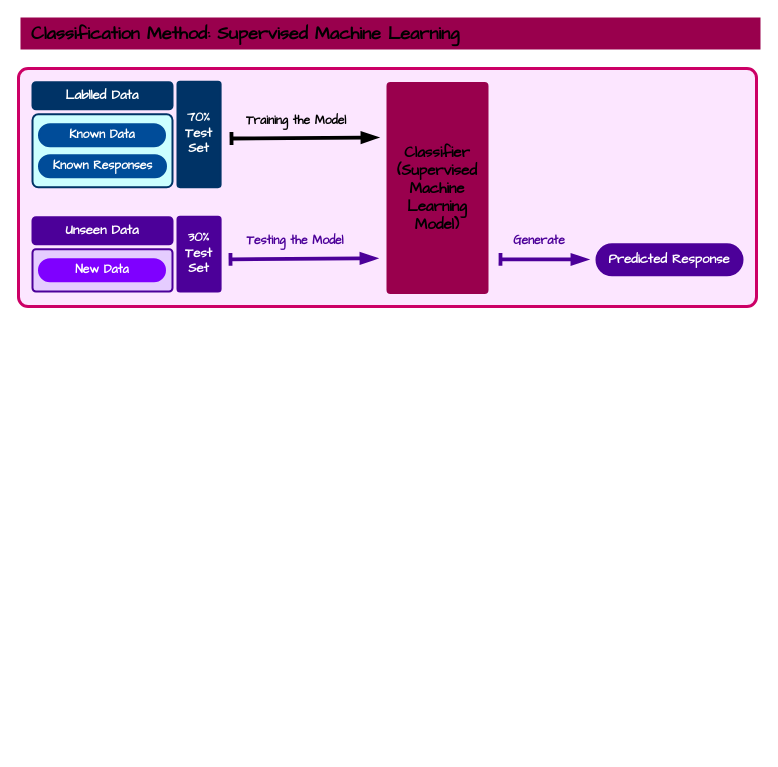
Above: Computer Science/Natural Language Processing/Documentation/Drawings/Module 2 Language Modelling.drawio in ByteToBits/CompScience (draw.io), before the change. Source tidied: cells renumbered, new cells numbered last; positions are measured from the earlier drawing's top-left corner, leaving out a move shared by most shapes. Both pictures are drawn from the tidied source at 100%, with x=0, y=0 at pixel (18, 18).
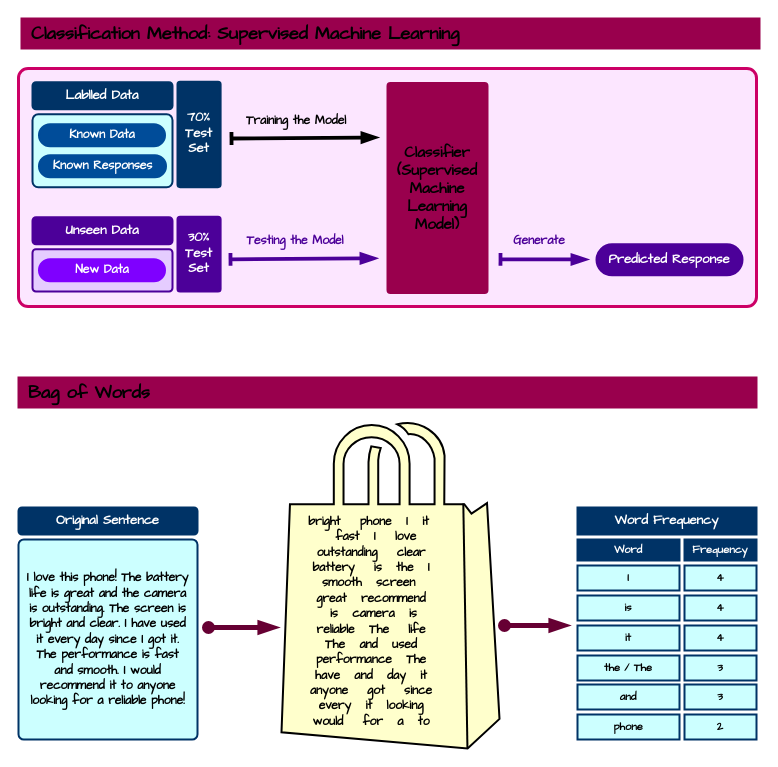
The same page after the edit.

Commit message (it also covers changes not shown here):
Added Diagram for Bag of Words

The edit, as a diff of the source:
```diff
@@
+    <mxCell id="21" value="&lt;font style=&quot;font-size: 18px;&quot; face=&quot;Comic Sans MS&quot;&gt;Bag of Words&lt;/font&gt;" style="rounded=1;whiteSpace=wrap;html=1;arcSize=0;strokeWidth=2;align=left;spacing=10;strokeColor=#99004D;fillColor=#99004D;fontStyle=1;" parent="1" vertex="1">
+      <mxGeometry y="359" width="738" height="30" as="geometry" />
+    </mxCell>
+    <mxCell id="22" style="group;" parent="1" vertex="1">
+      <mxGeometry x="263" y="403" width="218" height="327" as="geometry" />
+    </mxCell>
+    <mxCell id="23" style="verticalLabelPosition=bottom;html=1;verticalAlign=top;align=center;strokeColor=#000000;fillColor=#FFFFCC;shape=mxgraph.azure.azure_marketplace;strokeWidth=2;" parent="22" vertex="1">
+      <mxGeometry width="218" height="327" as="geometry" />
+    </mxCell>
+    <mxCell id="24" value="&lt;b&gt;&lt;font face=&quot;Comic Sans MS&quot;&gt;bright&amp;nbsp; &amp;nbsp; phone&amp;nbsp; &amp;nbsp;I&amp;nbsp; &amp;nbsp;it&amp;nbsp; &amp;nbsp; fast&amp;nbsp; &amp;nbsp;I&amp;nbsp; &amp;nbsp; love outstanding&amp;nbsp; &amp;nbsp; clear battery&amp;nbsp; &amp;nbsp; is&amp;nbsp; &amp;nbsp;the&amp;nbsp; &amp;nbsp;I smooth&amp;nbsp; &amp;nbsp;screen&amp;nbsp; &amp;nbsp;great&amp;nbsp; &amp;nbsp;recommend&amp;nbsp; &amp;nbsp;is&amp;nbsp; &amp;nbsp;camera&amp;nbsp; &amp;nbsp;is reliable&amp;nbsp; &amp;nbsp;The&amp;nbsp; &amp;nbsp; life The&amp;nbsp; &amp;nbsp;and&amp;nbsp; &amp;nbsp;used performance&amp;nbsp; &amp;nbsp;The have&amp;nbsp; &amp;nbsp;and&amp;nbsp; &amp;nbsp;day&amp;nbsp; &amp;nbsp;it anyone&amp;nbsp; &amp;nbsp; got&amp;nbsp; &amp;nbsp; since every&amp;nbsp; &amp;nbsp;it&amp;nbsp; &amp;nbsp;looking would&amp;nbsp; &amp;nbsp; for&amp;nbsp; &amp;nbsp;a&amp;nbsp; &amp;nbsp;to&lt;/font&gt;&lt;br&gt;&lt;/b&gt;" style="rounded=1;whiteSpace=wrap;html=1;arcSize=50;strokeWidth=2;align=center;spacing=5;strokeColor=none;fillColor=none;fontColor=#000000;spacingBottom=1;spacingLeft=0;" parent="22" vertex="1">
+      <mxGeometry x="20.9" y="91" width="138" height="219" as="geometry" />
+    </mxCell>
+    <mxCell id="25" style="endArrow=none;html=1;rounded=0;exitX=0.853;exitY=0.999;exitDx=0;exitDy=0;exitPerimeter=0;strokeColor=#000000;strokeWidth=2;" parent="22" edge="1" source="23">
+      <mxGeometry relative="1" as="geometry">
+        <mxPoint x="181.8" y="82" as="targetPoint" />
+      </mxGeometry>
+    </mxCell>
+    <mxCell id="26" style="endArrow=blockThin;html=1;rounded=0;strokeColor=#660033;startArrow=oval;startFill=1;endFill=1;endSize=8;startSize=8;strokeWidth=5;fontColor=#4C0099;" parent="22" edge="1">
+      <mxGeometry relative="1" as="geometry">
+        <mxPoint x="-73" y="206" as="sourcePoint" />
+        <mxPoint x="-3" y="206" as="targetPoint" />
+      </mxGeometry>
+    </mxCell>
+    <mxCell id="27" value="&lt;font color=&quot;#000000&quot; face=&quot;Comic Sans MS&quot;&gt;&lt;b&gt;I love this phone! The battery life is great and the camera is outstanding. The screen is bright and clear. I have used it every day since I got it. The performance is fast and smooth. I would recommend it to anyone looking for a reliable phone!&lt;/b&gt;&lt;/font&gt;" style="rounded=1;whiteSpace=wrap;html=1;arcSize=3;strokeWidth=2;align=center;spacing=8;strokeColor=#003366;fillColor=#CCFFFF;fontColor=#FFFFFF;spacingBottom=1;spacingLeft=0;" parent="1" vertex="1">
+      <mxGeometry y="521" width="179" height="200" as="geometry" />
+    </mxCell>
+    <mxCell id="28" value="&lt;font face=&quot;Comic Sans MS&quot;&gt;&lt;span style=&quot;font-size: 13px;&quot;&gt;&lt;b&gt;Original Sentence&lt;/b&gt;&lt;/span&gt;&lt;/font&gt;" style="rounded=1;whiteSpace=wrap;html=1;arcSize=13;strokeWidth=2;align=center;spacing=5;strokeColor=#003366;fillColor=#003366;fontColor=#FFFFFF;spacingBottom=1;spacingLeft=0;" parent="1" vertex="1">
+      <mxGeometry y="489" width="179" height="27" as="geometry" />
+    </mxCell>
+    <mxCell id="29" value="&lt;b style=&quot;font-family: &amp;quot;Comic Sans MS&amp;quot;; font-size: 11px;&quot;&gt;I&lt;/b&gt;" style="rounded=1;whiteSpace=wrap;html=1;arcSize=0;strokeWidth=2;align=center;spacing=8;strokeColor=#003366;fillColor=#CCFFFF;fontColor=#000000;spacingBottom=1;spacingLeft=0;" parent="1" vertex="1">
+      <mxGeometry x="559" y="547" width="102" height="25" as="geometry" />
+    </mxCell>
+    <mxCell id="30" value="&lt;font face=&quot;Comic Sans MS&quot;&gt;&lt;span style=&quot;font-size: 13px;&quot;&gt;&lt;b&gt;Word Frequency&lt;/b&gt;&lt;/span&gt;&lt;/font&gt;" style="rounded=1;whiteSpace=wrap;html=1;arcSize=0;strokeWidth=2;align=center;spacing=5;strokeColor=#003366;fillColor=#003366;fontColor=#FFFFFF;spacingBottom=1;spacingLeft=0;" parent="1" vertex="1">
+      <mxGeometry x="559" y="489" width="179" height="27" as="geometry" />
+    </mxCell>
+    <mxCell id="31" value="&lt;font face=&quot;Comic Sans MS&quot;&gt;&lt;span&gt;&lt;b&gt;Word&lt;/b&gt;&lt;/span&gt;&lt;/font&gt;" style="rounded=1;whiteSpace=wrap;html=1;arcSize=0;strokeWidth=2;align=center;spacing=5;strokeColor=#003366;fillColor=#003366;fontColor=#FFFFFF;spacingBottom=1;spacingLeft=0;fontSize=11;" parent="1" vertex="1">
+      <mxGeometry x="559" y="521" width="102" height="21" as="geometry" />
+    </mxCell>
+    <mxCell id="32" value="&lt;font face=&quot;Comic Sans MS&quot;&gt;&lt;span&gt;&lt;b&gt;Frequency&lt;/b&gt;&lt;/span&gt;&lt;/font&gt;" style="rounded=1;whiteSpace=wrap;html=1;arcSize=0;strokeWidth=2;align=center;spacing=5;strokeColor=#003366;fillColor=#003366;fontColor=#FFFFFF;spacingBottom=1;spacingLeft=0;fontSize=11;" parent="1" vertex="1">
+      <mxGeometry x="666" y="521" width="72" height="21" as="geometry" />
+    </mxCell>
+    <mxCell id="33" value="&lt;b style=&quot;font-family: &amp;quot;Comic Sans MS&amp;quot;; font-size: 11px;&quot;&gt;4&lt;/b&gt;" style="rounded=1;whiteSpace=wrap;html=1;arcSize=0;strokeWidth=2;align=center;spacing=8;strokeColor=#003366;fillColor=#CCFFFF;fontColor=#000000;spacingBottom=1;spacingLeft=0;" parent="1" vertex="1">
+      <mxGeometry x="666" y="547" width="72" height="25" as="geometry" />
+    </mxCell>
+    <mxCell id="34" value="&lt;b style=&quot;font-family: &amp;quot;Comic Sans MS&amp;quot;; font-size: 11px;&quot;&gt;is&lt;/b&gt;" style="rounded=1;whiteSpace=wrap;html=1;arcSize=0;strokeWidth=2;align=center;spacing=8;strokeColor=#003366;fillColor=#CCFFFF;fontColor=#000000;spacingBottom=1;spacingLeft=0;" parent="1" vertex="1">
+      <mxGeometry x="559" y="577" width="102" height="25" as="geometry" />
+    </mxCell>
+    <mxCell id="35" value="&lt;b style=&quot;font-family: &amp;quot;Comic Sans MS&amp;quot;; font-size: 11px;&quot;&gt;4&lt;/b&gt;" style="rounded=1;whiteSpace=wrap;html=1;arcSize=0;strokeWidth=2;align=center;spacing=8;strokeColor=#003366;fillColor=#CCFFFF;fontColor=#000000;spacingBottom=1;spacingLeft=0;" parent="1" vertex="1">
+      <mxGeometry x="666" y="577" width="72" height="25" as="geometry" />
+    </mxCell>
+    <mxCell id="36" value="&lt;b style=&quot;font-family: &amp;quot;Comic Sans MS&amp;quot;; font-size: 11px;&quot;&gt;it&lt;/b&gt;" style="rounded=1;whiteSpace=wrap;html=1;arcSize=0;strokeWidth=2;align=center;spacing=8;strokeColor=#003366;fillColor=#CCFFFF;fontColor=#000000;spacingBottom=1;spacingLeft=0;" parent="1" vertex="1">
+      <mxGeometry x="559" y="607" width="102" height="25" as="geometry" />
+    </mxCell>
+    <mxCell id="37" value="&lt;b style=&quot;font-family: &amp;quot;Comic Sans MS&amp;quot;; font-size: 11px;&quot;&gt;4&lt;/b&gt;" style="rounded=1;whiteSpace=wrap;html=1;arcSize=0;strokeWidth=2;align=center;spacing=8;strokeColor=#003366;fillColor=#CCFFFF;fontColor=#000000;spacingBottom=1;spacingLeft=0;" parent="1" vertex="1">
+      <mxGeometry x="666" y="607" width="72" height="25" as="geometry" />
+    </mxCell>
+    <mxCell id="38" value="&lt;b style=&quot;font-family: &amp;quot;Comic Sans MS&amp;quot;; font-size: 11px;&quot;&gt;the / The&lt;/b&gt;" style="rounded=1;whiteSpace=wrap;html=1;arcSize=0;strokeWidth=2;align=center;spacing=8;strokeColor=#003366;fillColor=#CCFFFF;fontColor=#000000;spacingBottom=1;spacingLeft=0;" parent="1" vertex="1">
+      <mxGeometry x="559" y="637" width="102" height="25" as="geometry" />
+    </mxCell>
+    <mxCell id="39" value="&lt;b style=&quot;font-family: &amp;quot;Comic Sans MS&amp;quot;; font-size: 11px;&quot;&gt;3&lt;/b&gt;" style="rounded=1;whiteSpace=wrap;html=1;arcSize=0;strokeWidth=2;align=center;spacing=8;strokeColor=#003366;fillColor=#CCFFFF;fontColor=#000000;spacingBottom=1;spacingLeft=0;" parent="1" vertex="1">
+      <mxGeometry x="666" y="637" width="72" height="25" as="geometry" />
+    </mxCell>
+    <mxCell id="40" value="&lt;b style=&quot;font-family: &amp;quot;Comic Sans MS&amp;quot;; font-size: 11px;&quot;&gt;and&lt;/b&gt;" style="rounded=1;whiteSpace=wrap;html=1;arcSize=0;strokeWidth=2;align=center;spacing=8;strokeColor=#003366;fillColor=#CCFFFF;fontColor=#000000;spacingBottom=1;spacingLeft=0;" parent="1" vertex="1">
+      <mxGeometry x="559" y="666" width="102" height="25" as="geometry" />
+    </mxCell>
+    <mxCell id="41" value="&lt;b style=&quot;font-family: &amp;quot;Comic Sans MS&amp;quot;; font-size: 11px;&quot;&gt;3&lt;/b&gt;" style="rounded=1;whiteSpace=wrap;html=1;arcSize=0;strokeWidth=2;align=center;spacing=8;strokeColor=#003366;fillColor=#CCFFFF;fontColor=#000000;spacingBottom=1;spacingLeft=0;" parent="1" vertex="1">
+      <mxGeometry x="666" y="666" width="72" height="25" as="geometry" />
+    </mxCell>
+    <mxCell id="42" value="&lt;b style=&quot;font-family: &amp;quot;Comic Sans MS&amp;quot;; font-size: 11px;&quot;&gt;phone&lt;/b&gt;" style="rounded=1;whiteSpace=wrap;html=1;arcSize=0;strokeWidth=2;align=center;spacing=8;strokeColor=#003366;fillColor=#CCFFFF;fontColor=#000000;spacingBottom=1;spacingLeft=0;" parent="1" vertex="1">
+      <mxGeometry x="559" y="696" width="102" height="25" as="geometry" />
+    </mxCell>
+    <mxCell id="43" value="&lt;b style=&quot;font-family: &amp;quot;Comic Sans MS&amp;quot;; font-size: 11px;&quot;&gt;2&lt;/b&gt;" style="rounded=1;whiteSpace=wrap;html=1;arcSize=0;strokeWidth=2;align=center;spacing=8;strokeColor=#003366;fillColor=#CCFFFF;fontColor=#000000;spacingBottom=1;spacingLeft=0;" parent="1" vertex="1">
+      <mxGeometry x="666" y="696" width="72" height="25" as="geometry" />
+    </mxCell>
+    <mxCell id="44" style="endArrow=blockThin;html=1;rounded=0;strokeColor=#660033;startArrow=oval;startFill=1;endFill=1;endSize=8;startSize=8;strokeWidth=5;fontColor=#4C0099;" parent="1" edge="1">
+      <mxGeometry relative="1" as="geometry">
+        <mxPoint x="486" y="607" as="sourcePoint" />
+        <mxPoint x="551" y="607" as="targetPoint" />
+      </mxGeometry>
+    </mxCell>
```
